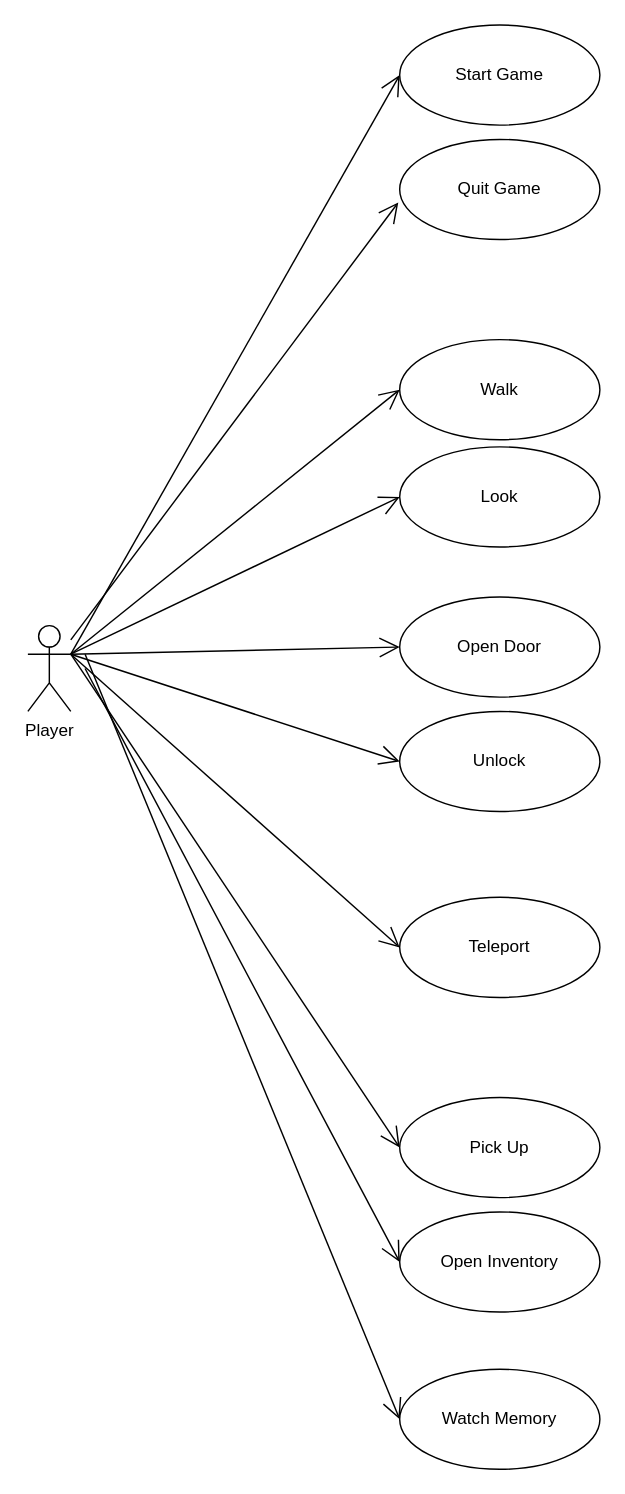
Earlier version of the draw.io diagram page "UML Stuffs" (1 of 2) of NoLongerHuman.drawio (birdboiboi/No_Longer_Human). Source tidied: cells renumbered, new cells numbered last; positions are measured from the earlier drawing's top-left corner, leaving out a move shared by most shapes. Both pictures are drawn from the tidied source at 143%, with x=0, y=0 at pixel (27, 24).
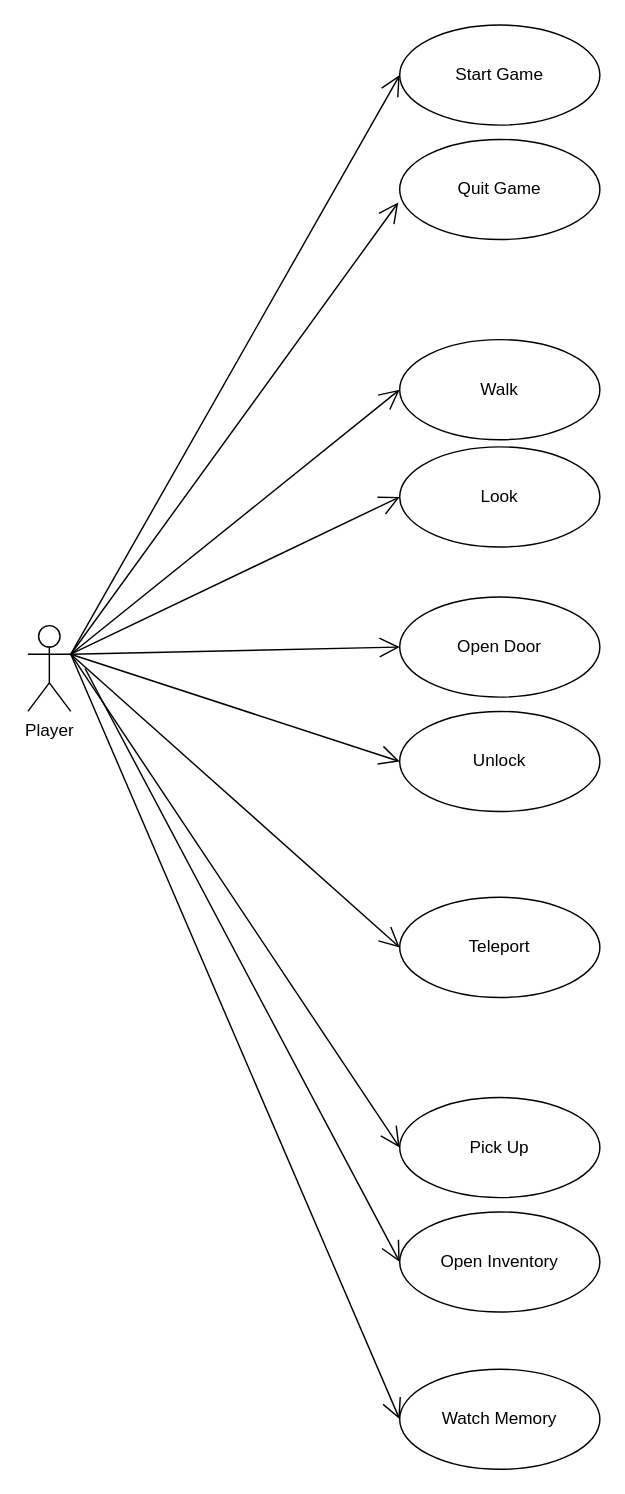
Above is the later version.

Unchanged cells that the change refers to:
```xml
<mxCell id="2" value="Player" style="shape=umlActor;verticalLabelPosition=bottom;verticalAlign=top;html=1;outlineConnect=0;" parent="1" vertex="1">
  <mxGeometry y="420" width="30" height="60" as="geometry" />
</mxCell>
<mxCell id="4" value="Quit Game" style="ellipse;whiteSpace=wrap;html=1;" parent="1" vertex="1">
  <mxGeometry x="260" y="80" width="140" height="70" as="geometry" />
</mxCell>
<mxCell id="12" value="Watch Memory" style="ellipse;whiteSpace=wrap;html=1;" parent="1" vertex="1">
  <mxGeometry x="260" y="940" width="140" height="70" as="geometry" />
</mxCell>
```

Change to the diagram source:
```diff
@@
-    <mxCell id="14" style="endArrow=open;endFill=1;endSize=12;html=1;entryX=-0.007;entryY=0.629;entryDx=0;entryDy=0;entryPerimeter=0;" parent="1" edge="1" source="2" target="4">
-      <mxGeometry relative="1" as="geometry" />
+    <mxCell id="14" style="endArrow=open;endFill=1;endSize=12;html=1;entryX=-0.007;entryY=0.629;entryDx=0;entryDy=0;entryPerimeter=0;" parent="1" edge="1" target="4">
+      <mxGeometry relative="1" as="geometry">
+        <mxPoint x="30" y="440" as="sourcePoint" />
+      </mxGeometry>
     </mxCell>
@@
     <mxCell id="22" style="endArrow=open;endFill=1;endSize=12;html=1;entryX=0;entryY=0.5;entryDx=0;entryDy=0;" parent="1" edge="1" target="12">
       <mxGeometry relative="1" as="geometry">
-        <mxPoint x="40" y="440" as="sourcePoint" />
+        <mxPoint x="30" y="440" as="sourcePoint" />
       </mxGeometry>
     </mxCell>
```
